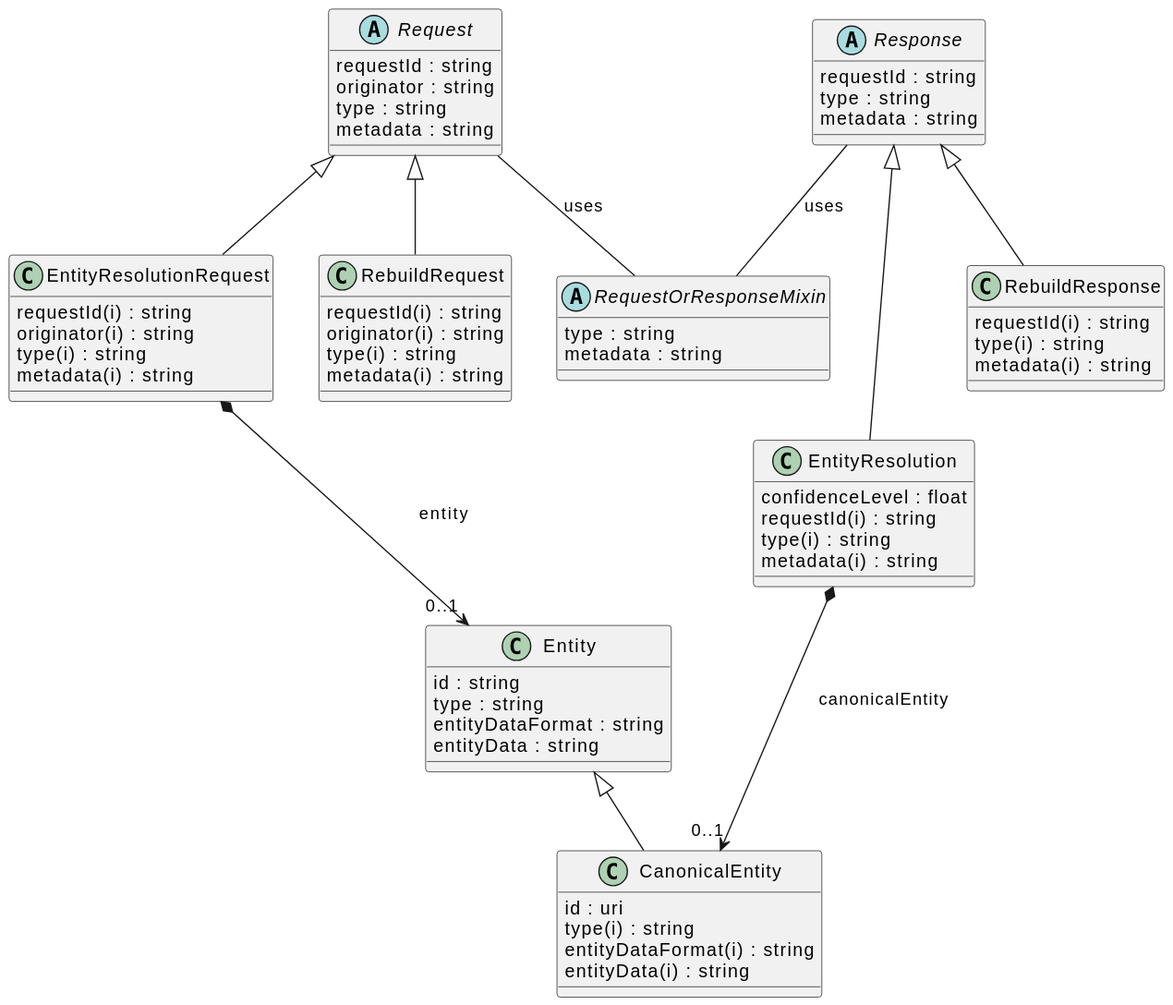
Above: docs/schema/ErsServiceDataSchema.svg in meaningfy-ws/er-system (PlantUML), before the change.
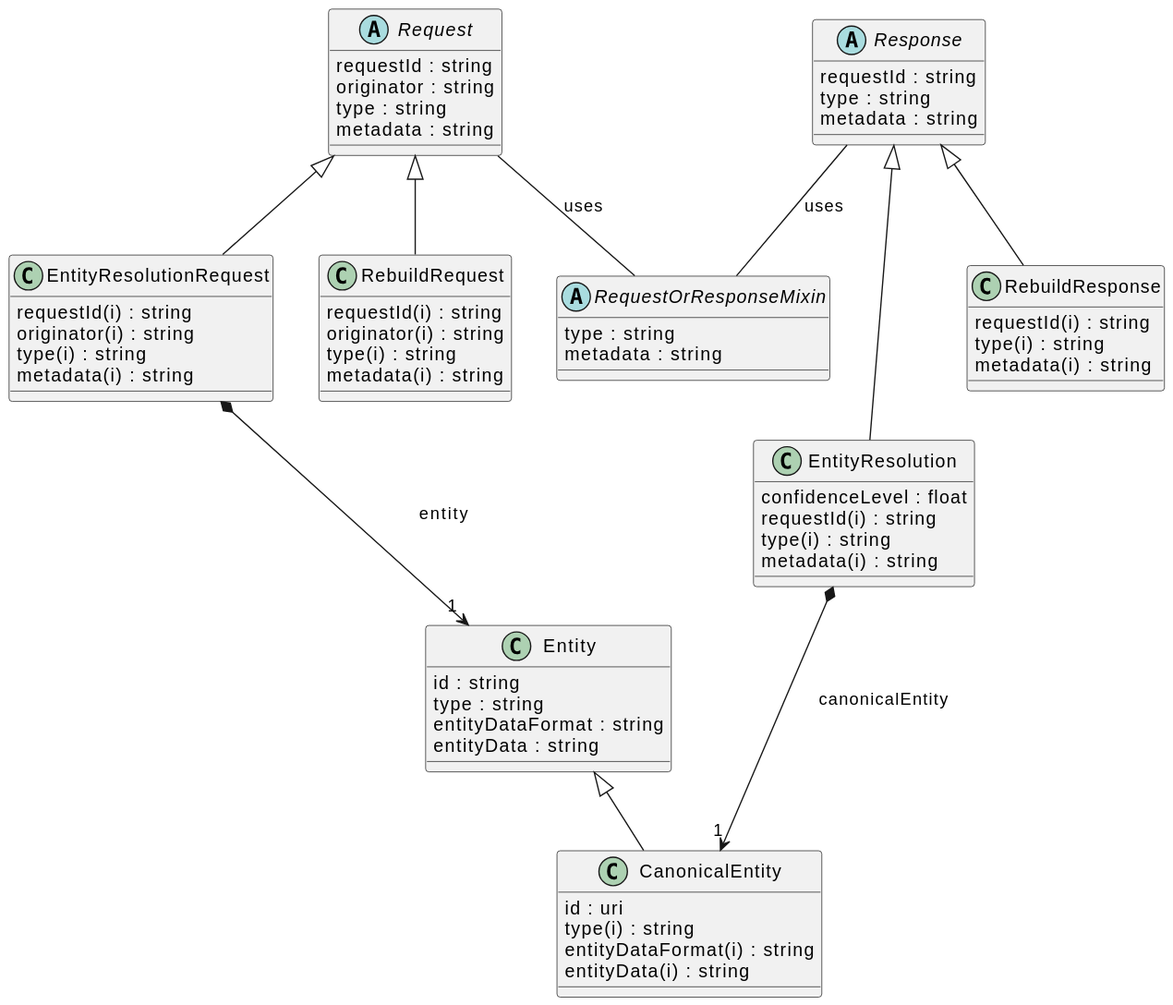
Above is the later version.

Diff of the diagram source:
```diff
@@ -49,13 +49,13 @@
     {field} entityDataFormat : string
     {field} entityData : string
 }
-"EntityResolutionRequest" *--> "0..1" "Entity" : "entity"
+"EntityResolutionRequest" *--> "1" "Entity" : "entity"
 class "CanonicalEntity" [[{A canonical entity is an entity that the ERE has created during the resolution process}]] {
     {field} id : uri
     {field} type(i) : string
     {field} entityDataFormat(i) : string
     {field} entityData(i) : string
 }
-"EntityResolution" *--> "0..1" "CanonicalEntity" : "canonicalEntity"
+"EntityResolution" *--> "1" "CanonicalEntity" : "canonicalEntity"
 "Entity" ^-- "CanonicalEntity"
 @enduml
```
